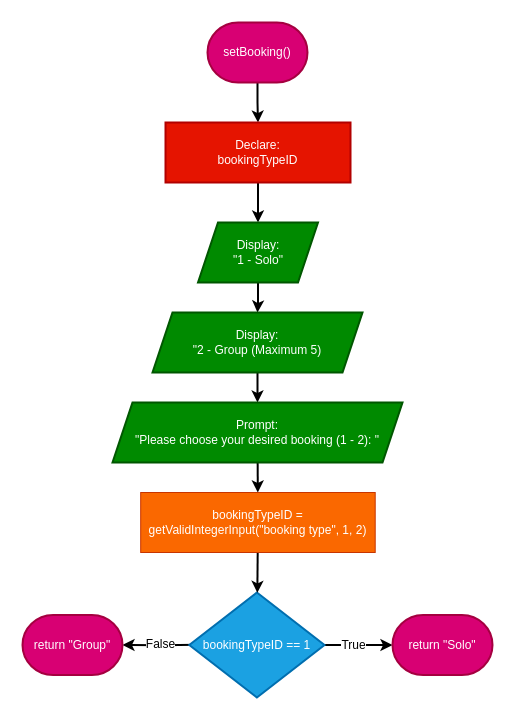
Above: Flowcharts (draw.io)/09. getBookingType.drawio in shahxvi/csc126-group-project (draw.io), before the change. Source tidied: cells renumbered, new cells numbered last; positions are measured from the earlier drawing's top-left corner, leaving out a move shared by most shapes. Both pictures are drawn from the tidied source at 100%, with x=0, y=0 at pixel (22, 22).
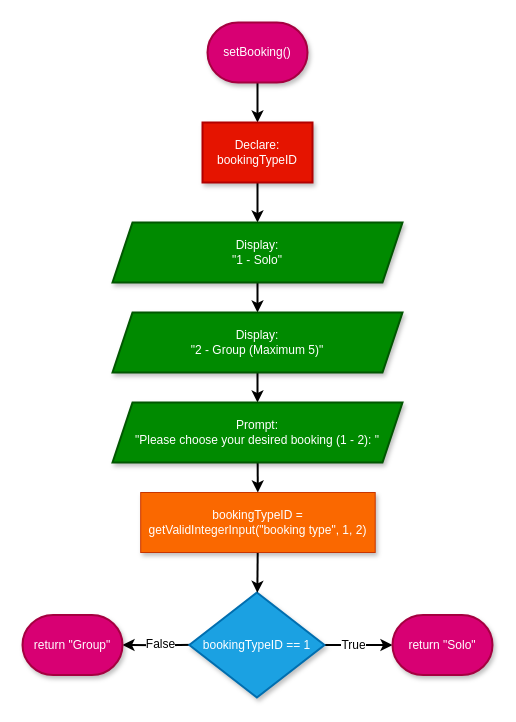
The same page after the edit.

Commit message (it also covers changes not shown here):
updated setBooking flowchart

Diff of the diagram source:
```diff
@@
-    <mxCell id="3" value="setBooking()" style="strokeWidth=2;html=1;shape=mxgraph.flowchart.terminator;whiteSpace=wrap;fillColor=#d80073;fontColor=#ffffff;strokeColor=#A50040;" parent="1" vertex="1">
+    <mxCell id="3" value="setBooking()" style="strokeWidth=2;html=1;shape=mxgraph.flowchart.terminator;whiteSpace=wrap;fillColor=#d80073;fontColor=#ffffff;strokeColor=#A50040;shadow=1;" parent="1" vertex="1">
       <mxGeometry x="185" width="100" height="60" as="geometry" />
     </mxCell>
@@
-    <mxCell id="5" value="Declare:&lt;br&gt;bookingTypeID" style="whiteSpace=wrap;html=1;fillColor=#e51400;strokeColor=#B20000;strokeWidth=2;fontColor=#ffffff;" parent="1" vertex="1">
-      <mxGeometry x="143" y="100" width="185" height="60" as="geometry" />
+    <mxCell id="5" value="Declare:&lt;br&gt;bookingTypeID" style="whiteSpace=wrap;html=1;fillColor=#e51400;strokeColor=#B20000;strokeWidth=2;fontColor=#ffffff;shadow=1;" parent="1" vertex="1">
+      <mxGeometry x="180" y="100" width="110" height="60" as="geometry" />
     </mxCell>
@@
-    <mxCell id="7" value="Display:&lt;br&gt;&quot;1 - Solo&quot;" style="shape=parallelogram;perimeter=parallelogramPerimeter;whiteSpace=wrap;html=1;fixedSize=1;fillColor=#008a00;strokeColor=#005700;strokeWidth=2;fontColor=#ffffff;" parent="1" vertex="1">
-      <mxGeometry x="175.5" y="200" width="120" height="60" as="geometry" />
+    <mxCell id="7" value="Display:&lt;br&gt;&quot;1 - Solo&quot;" style="shape=parallelogram;perimeter=parallelogramPerimeter;whiteSpace=wrap;html=1;fixedSize=1;fillColor=#008a00;strokeColor=#005700;strokeWidth=2;fontColor=#ffffff;shadow=1;" parent="1" vertex="1">
+      <mxGeometry x="90" y="200" width="290" height="60" as="geometry" />
     </mxCell>
@@
-    <mxCell id="9" value="Display:&lt;br&gt;&quot;2 - Group (Maximum 5)" style="shape=parallelogram;perimeter=parallelogramPerimeter;whiteSpace=wrap;html=1;fixedSize=1;fillColor=#008a00;strokeColor=#005700;strokeWidth=2;fontColor=#ffffff;" parent="1" vertex="1">
-      <mxGeometry x="130" y="290" width="210" height="60" as="geometry" />
+    <mxCell id="9" value="Display:&lt;br&gt;&quot;2 - Group (Maximum 5)&quot;" style="shape=parallelogram;perimeter=parallelogramPerimeter;whiteSpace=wrap;html=1;fixedSize=1;fillColor=#008a00;strokeColor=#005700;strokeWidth=2;fontColor=#ffffff;shadow=1;" parent="1" vertex="1">
+      <mxGeometry x="90" y="290" width="290" height="60" as="geometry" />
     </mxCell>
@@
-    <mxCell id="11" value="Prompt:&lt;br&gt;&quot;Please choose your desired booking (1 - 2): &quot;" style="shape=parallelogram;perimeter=parallelogramPerimeter;whiteSpace=wrap;html=1;fixedSize=1;fillColor=#008a00;strokeColor=#005700;strokeWidth=2;fontColor=#ffffff;" parent="1" vertex="1">
+    <mxCell id="11" value="Prompt:&lt;br&gt;&quot;Please choose your desired booking (1 - 2): &quot;" style="shape=parallelogram;perimeter=parallelogramPerimeter;whiteSpace=wrap;html=1;fixedSize=1;fillColor=#008a00;strokeColor=#005700;strokeWidth=2;fontColor=#ffffff;shadow=1;" parent="1" vertex="1">
       <mxGeometry x="90" y="380" width="290" height="60" as="geometry" />
     </mxCell>
@@
-    <mxCell id="16" value="bookingTypeID == 1" style="rhombus;whiteSpace=wrap;html=1;fillColor=#1ba1e2;strokeColor=#006EAF;fontColor=#ffffff;strokeWidth=2;" parent="1" vertex="1">
+    <mxCell id="16" value="bookingTypeID == 1" style="rhombus;whiteSpace=wrap;html=1;fillColor=#1ba1e2;strokeColor=#006EAF;fontColor=#ffffff;strokeWidth=2;shadow=1;" parent="1" vertex="1">
       <mxGeometry x="166.8" y="570" width="135.2" height="105" as="geometry" />
     </mxCell>
@@
-    <mxCell id="18" value="bookingTypeID = getValidIntegerInput(&quot;booking type&quot;, 1, 2)" style="whiteSpace=wrap;html=1;fillColor=#fa6800;fontColor=#FFFFFF;strokeColor=#C73500;" parent="1" vertex="1">
+    <mxCell id="18" value="bookingTypeID = getValidIntegerInput(&quot;booking type&quot;, 1, 2)" style="whiteSpace=wrap;html=1;fillColor=#fa6800;fontColor=#FFFFFF;strokeColor=#C73500;shadow=1;" parent="1" vertex="1">
       <mxGeometry x="118.2" y="470" width="234.5" height="60" as="geometry" />
     </mxCell>
-    <mxCell id="19" value="return &quot;Solo&quot;" style="strokeWidth=2;html=1;shape=mxgraph.flowchart.terminator;whiteSpace=wrap;fillColor=#d80073;fontColor=#ffffff;strokeColor=#A50040;" parent="1" vertex="1">
+    <mxCell id="19" value="return &quot;Solo&quot;" style="strokeWidth=2;html=1;shape=mxgraph.flowchart.terminator;whiteSpace=wrap;fillColor=#d80073;fontColor=#ffffff;strokeColor=#A50040;shadow=1;" parent="1" vertex="1">
       <mxGeometry x="370" y="592.5" width="100" height="60" as="geometry" />
     </mxCell>
-    <mxCell id="20" value="return &quot;Group&quot;" style="strokeWidth=2;html=1;shape=mxgraph.flowchart.terminator;whiteSpace=wrap;fillColor=#d80073;fontColor=#ffffff;strokeColor=#A50040;" parent="1" vertex="1">
+    <mxCell id="20" value="return &quot;Group&quot;" style="strokeWidth=2;html=1;shape=mxgraph.flowchart.terminator;whiteSpace=wrap;fillColor=#d80073;fontColor=#ffffff;strokeColor=#A50040;shadow=1;" parent="1" vertex="1">
       <mxGeometry y="592.5" width="100" height="60" as="geometry" />
     </mxCell>
```
